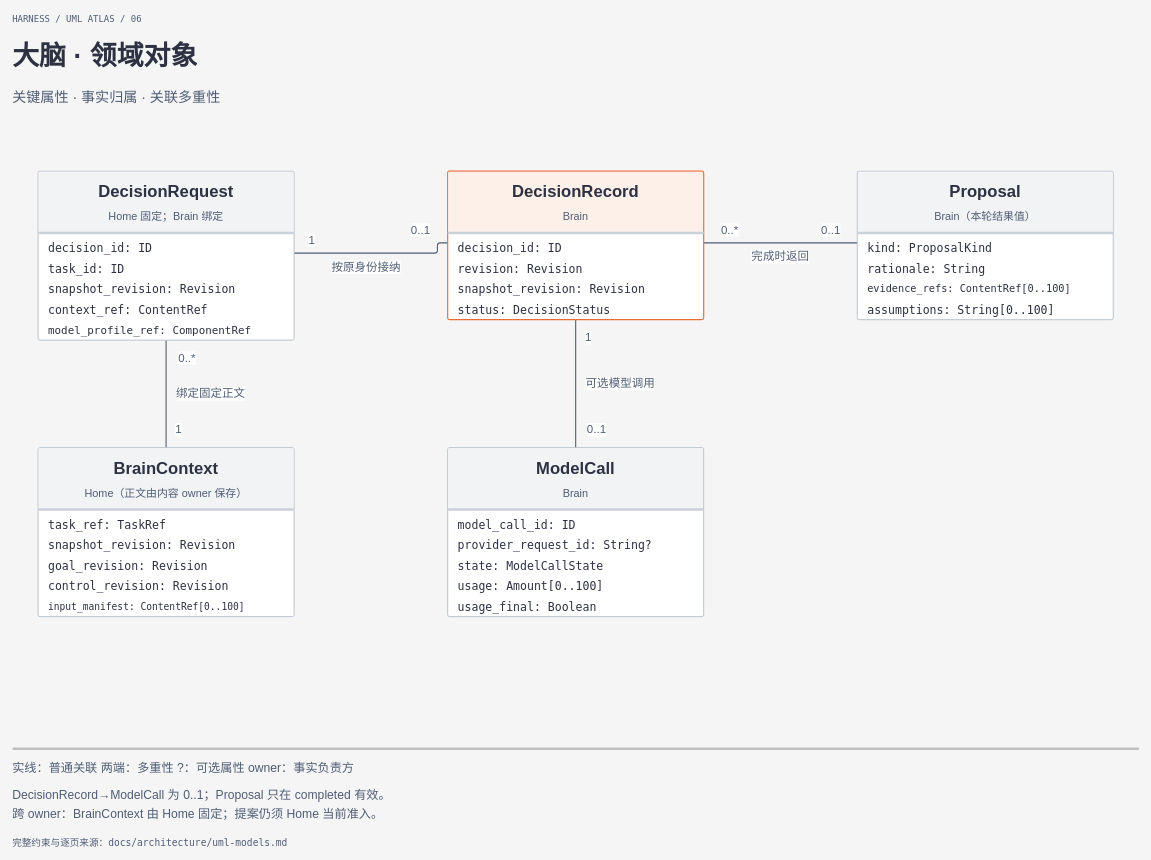
Earlier version of the draw.io diagram page "06 大脑 · 领域对象" (6 of 20) of docs/architecture/diagrams/uml-models.drawio (ruipengliu/lerna). Source tidied: cells renumbered, new cells numbered last; positions are measured from the earlier drawing's top-left corner, leaving out a move shared by most shapes. Both pictures are drawn from the tidied source at 64%, with x=0, y=0 at pixel (12, 11).
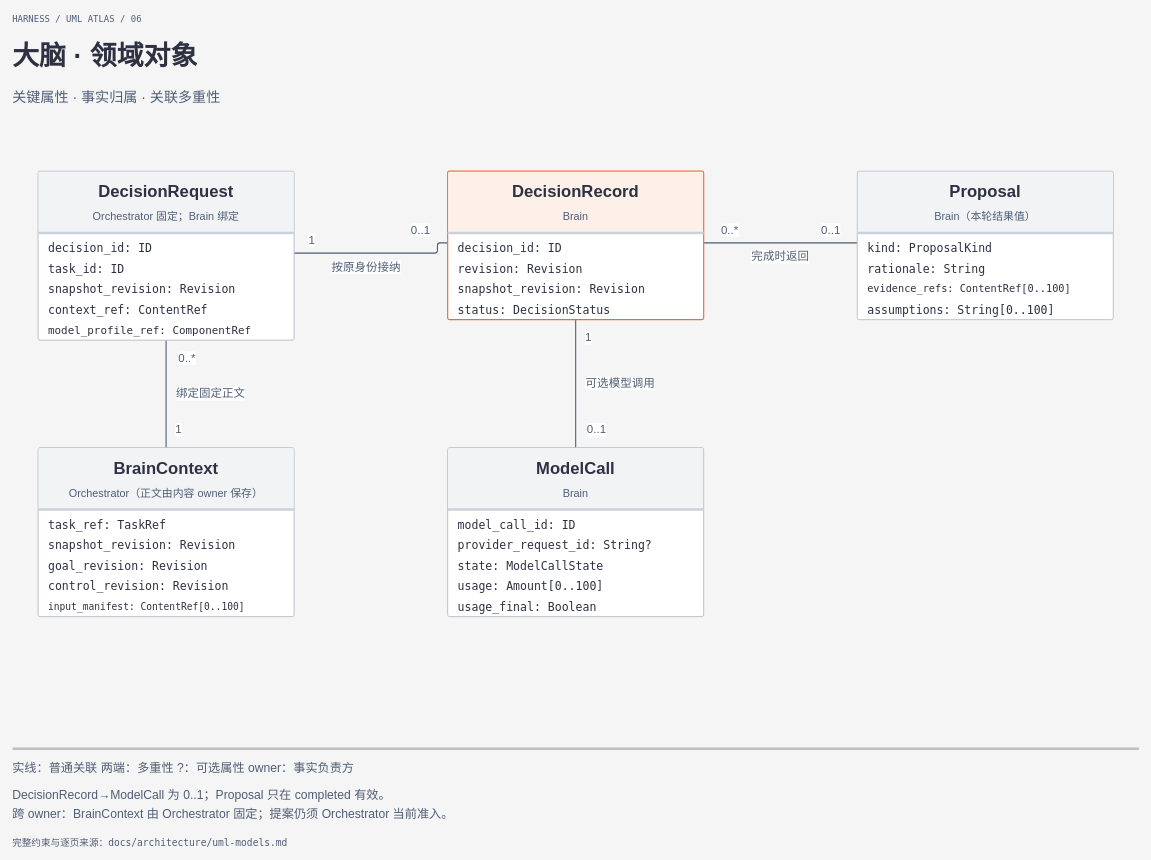
Above is the later version.

The change refers to these unchanged cells:
```xml
<mxCell id="21" style="rounded=1;absoluteArcSize=1;arcSize=6;fillColor=#ffffff;strokeColor=#aeb7c3;strokeWidth=1.3;" parent="1" vertex="1">
  <mxGeometry x="40" y="250" width="400" height="264" as="geometry" />
</mxCell>
<mxCell id="31" style="rounded=1;absoluteArcSize=1;arcSize=6;fillColor=#ffffff;strokeColor=#aeb7c3;strokeWidth=1.3;" parent="1" vertex="1">
  <mxGeometry x="40" y="682" width="400" height="264" as="geometry" />
</mxCell>
```

Change to the diagram source:
```diff
@@
-    <mxCell id="24" value="Home 固定；Brain 绑定" style="text;html=0;whiteSpace=wrap;overflow=hidden;strokeColor=none;fillColor=none;align=center;verticalAlign=middle;spacing=0;fontFamily=Geist, PingFang SC, Microsoft YaHei;fontSize=17;fontColor=#4f5d75;fontStyle=0;" parent="21" vertex="1">
+    <mxCell id="24" value="Orchestrator 固定；Brain 绑定" style="text;html=0;whiteSpace=wrap;overflow=hidden;strokeColor=none;fillColor=none;align=center;verticalAlign=middle;spacing=0;fontFamily=Geist, PingFang SC, Microsoft YaHei;fontSize=17;fontColor=#4f5d75;fontStyle=0;" parent="21" vertex="1">
       <mxGeometry x="16" y="60" width="368" height="24" as="geometry" />
     </mxCell>
@@
-    <mxCell id="34" value="Home（正文由内容 owner 保存）" style="text;html=0;whiteSpace=wrap;overflow=hidden;strokeColor=none;fillColor=none;align=center;verticalAlign=middle;spacing=0;fontFamily=Geist, PingFang SC, Microsoft YaHei;fontSize=17;fontColor=#4f5d75;fontStyle=0;" parent="31" vertex="1">
+    <mxCell id="34" value="Orchestrator（正文由内容 owner 保存）" style="text;html=0;whiteSpace=wrap;overflow=hidden;strokeColor=none;fillColor=none;align=center;verticalAlign=middle;spacing=0;fontFamily=Geist, PingFang SC, Microsoft YaHei;fontSize=17;fontColor=#4f5d75;fontStyle=0;" parent="31" vertex="1">
       <mxGeometry x="16" y="60" width="368" height="24" as="geometry" />
     </mxCell>
@@
-    <mxCell id="72" value="跨 owner：BrainContext 由 Home 固定；提案仍须 Home 当前准入。" style="text;html=0;whiteSpace=wrap;overflow=hidden;strokeColor=none;fillColor=none;align=left;verticalAlign=middle;spacing=0;fontFamily=Geist, PingFang SC, Microsoft YaHei;fontSize=19;fontColor=#4f5d75;fontStyle=0;" parent="1" vertex="1">
+    <mxCell id="72" value="跨 owner：BrainContext 由 Orchestrator 固定；提案仍须 Orchestrator 当前准入。" style="text;html=0;whiteSpace=wrap;overflow=hidden;strokeColor=none;fillColor=none;align=left;verticalAlign=middle;spacing=0;fontFamily=Geist, PingFang SC, Microsoft YaHei;fontSize=19;fontColor=#4f5d75;fontStyle=0;" parent="1" vertex="1">
       <mxGeometry y="1241" width="1760" height="28" as="geometry" />
     </mxCell>
```
